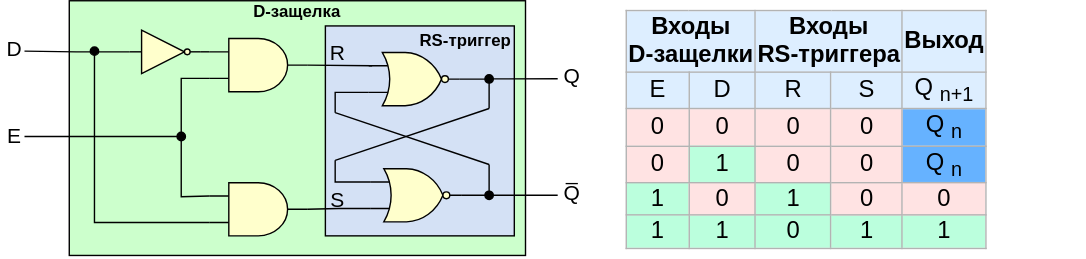
The draw.io diagram .pic/Introduction/Sequential logic/fig_04.drawio.svg in MPSU/APS, before a commit. Source tidied: cells renumbered, new cells last; positions are measured from the earlier drawing's top-left corner, leaving out a move shared by most shapes.
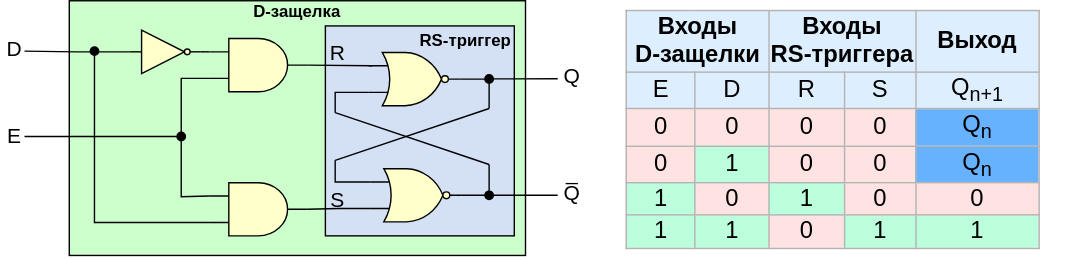
After the change.

Commit message:
Исправление фонового цвета в рис. 4 Introduction

Change to the diagram source:
```diff
@@ -136,7 +136,7 @@
     <mxCell id="30" style="edgeStyle=orthogonalEdgeStyle;rounded=0;jettySize=auto;html=1;exitX=1;exitY=0.5;exitDx=0;exitDy=0;exitPerimeter=0;entryX=0;entryY=0.25;entryDx=0;entryDy=0;entryPerimeter=0;endArrow=none;endFill=0;" parent="1" edge="1" source="29" target="26">
       <mxGeometry relative="1" as="geometry" />
     </mxCell>
-    <mxCell id="31" value="&lt;table border=&quot;1&quot; class=&quot;wikitable&quot; style=&quot;text-align: center; font-size: 17px; border: 1px solid rgb(179, 179, 179); border-collapse: collapse;&quot; id=&quot;mwAjk&quot;&gt;&lt;tbody id=&quot;mwAjs&quot;&gt;&lt;tr style=&quot;background: rgb(221, 238, 255);&quot; id=&quot;mwAjw&quot;&gt;&lt;td colspan=&quot;2&quot; id=&quot;mwAj0&quot;&gt;&lt;b&gt;&lt;font style=&quot;font-size: 17px;&quot;&gt;Входы&lt;br&gt;&amp;nbsp;D-защелки&amp;nbsp;&lt;/font&gt;&lt;/b&gt;&lt;/td&gt;&lt;td colspan=&quot;2&quot; id=&quot;mwAj8&quot;&gt;&lt;b id=&quot;mwAkA&quot;&gt;&lt;font style=&quot;font-size: 17px;&quot;&gt;Входы&lt;br&gt;RS-триггера&lt;/font&gt;&lt;/b&gt;&lt;/td&gt;&lt;td colspan=&quot;2&quot;&gt;&lt;b&gt;&lt;font style=&quot;font-size: 17px;&quot;&gt;&amp;nbsp; &amp;nbsp;Выход&amp;nbsp; &amp;nbsp;&lt;/font&gt;&lt;/b&gt;&lt;/td&gt;&lt;/tr&gt;&lt;tr style=&quot;background: rgb(221, 238, 255);&quot; id=&quot;mwAkE&quot;&gt;&lt;td id=&quot;mwAkI&quot;&gt;&lt;font style=&quot;font-size: 17px;&quot;&gt;E&lt;/font&gt;&lt;/td&gt;&lt;td id=&quot;mwAkM&quot;&gt;&lt;font style=&quot;font-size: 17px;&quot;&gt;D&lt;/font&gt;&lt;/td&gt;&lt;td id=&quot;mwAkQ&quot;&gt;&lt;font style=&quot;font-size: 17px;&quot;&gt;R&lt;/font&gt;&lt;/td&gt;&lt;td id=&quot;mwAkU&quot;&gt;&lt;font style=&quot;font-size: 17px;&quot;&gt;S&lt;/font&gt;&lt;/td&gt;&lt;td id=&quot;mwAkY&quot;&gt;&lt;font style=&quot;font-size: 17px;&quot;&gt;Q&lt;sub&gt;n+1&lt;/sub&gt;&lt;/font&gt;&lt;/td&gt;&lt;/tr&gt;&lt;tr id=&quot;mwAko&quot;&gt;&lt;td style=&quot;background-color: rgb(255, 227, 227);&quot; id=&quot;mwAks&quot;&gt;&lt;font style=&quot;font-size: 17px;&quot;&gt;0&lt;/font&gt;&lt;/td&gt;&lt;td style=&quot;background-color: rgb(255, 227, 227);&quot; id=&quot;mwAkw&quot;&gt;&lt;font style=&quot;font-size: 17px;&quot;&gt;0&lt;/font&gt;&lt;/td&gt;&lt;td style=&quot;background: rgb(255, 227, 227); color: black; vertical-align: middle; text-align: center;&quot; class=&quot;table-no2&quot; data-mw=&quot;{&amp;quot;parts&amp;quot;:[&amp;quot;|| &amp;quot;,{&amp;quot;template&amp;quot;:{&amp;quot;target&amp;quot;:{&amp;quot;wt&amp;quot;:&amp;quot;no2&amp;quot;,&amp;quot;href&amp;quot;:&amp;quot;./Template:No2&amp;quot;},&amp;quot;params&amp;quot;:{&amp;quot;1&amp;quot;:{&amp;quot;wt&amp;quot;:&amp;quot;0&amp;quot;}},&amp;quot;i&amp;quot;:0}},&amp;quot; &amp;quot;]}&quot; id=&quot;mwASM&quot;&gt;&lt;font style=&quot;font-size: 17px;&quot;&gt;0&lt;/font&gt;&lt;/td&gt;&lt;td style=&quot;background: rgb(255, 227, 227); color: black; vertical-align: middle; text-align: center;&quot; class=&quot;table-yes2&quot; data-mw=&quot;{&amp;quot;parts&amp;quot;:[&amp;quot;|| &amp;quot;,{&amp;quot;template&amp;quot;:{&amp;quot;target&amp;quot;:{&amp;quot;wt&amp;quot;:&amp;quot;yes2&amp;quot;,&amp;quot;href&amp;quot;:&amp;quot;./Template:Yes2&amp;quot;},&amp;quot;params&amp;quot;:{&amp;quot;1&amp;quot;:{&amp;quot;wt&amp;quot;:&amp;quot;1&amp;quot;}},&amp;quot;i&amp;quot;:0}},&amp;quot; &amp;quot;]}&quot; id=&quot;mwASc&quot;&gt;&lt;font style=&quot;font-size: 17px;&quot;&gt;0&lt;/font&gt;&lt;/td&gt;&lt;td style=&quot;background: rgb(102, 178, 255); color: black; text-align: center;&quot; class=&quot;table-no2&quot; data-mw=&quot;{&amp;quot;parts&amp;quot;:[&amp;quot;|| &amp;quot;,{&amp;quot;template&amp;quot;:{&amp;quot;target&amp;quot;:{&amp;quot;wt&amp;quot;:&amp;quot;no2&amp;quot;,&amp;quot;href&amp;quot;:&amp;quot;./Template:No2&amp;quot;},&amp;quot;params&amp;quot;:{&amp;quot;1&amp;quot;:{&amp;quot;wt&amp;quot;:&amp;quot;0&amp;quot;}},&amp;quot;i&amp;quot;:0}},&amp;quot; &amp;quot;]}&quot; id=&quot;mwASM&quot;&gt;&lt;span style=&quot;vertical-align: middle;&quot;&gt;Q&lt;/span&gt;&lt;sub&gt;n&lt;/sub&gt;&lt;br&gt;&lt;/td&gt;&lt;/tr&gt;&lt;tr id=&quot;mwAlM&quot;&gt;&lt;td style=&quot;background-color: rgb(255, 227, 227);&quot; id=&quot;mwAlQ&quot;&gt;&lt;font style=&quot;font-size: 17px;&quot;&gt;0&lt;/font&gt;&lt;/td&gt;&lt;td style=&quot;background-color: rgb(187, 255, 221);&quot; id=&quot;mwAlU&quot;&gt;&lt;font style=&quot;font-size: 17px;&quot;&gt;1&lt;/font&gt;&lt;/td&gt;&lt;td style=&quot;background: rgb(255, 227, 227); color: black; vertical-align: middle; text-align: center;&quot; class=&quot;table-no2&quot; data-mw=&quot;{&amp;quot;parts&amp;quot;:[&amp;quot;|| &amp;quot;,{&amp;quot;template&amp;quot;:{&amp;quot;target&amp;quot;:{&amp;quot;wt&amp;quot;:&amp;quot;no2&amp;quot;,&amp;quot;href&amp;quot;:&amp;quot;./Template:No2&amp;quot;},&amp;quot;params&amp;quot;:{&amp;quot;1&amp;quot;:{&amp;quot;wt&amp;quot;:&amp;quot;0&amp;quot;}},&amp;quot;i&amp;quot;:0}},&amp;quot; &amp;quot;]}&quot; id=&quot;mwASM&quot;&gt;&lt;font style=&quot;font-size: 17px;&quot;&gt;0&lt;/font&gt;&lt;/td&gt;&lt;td style=&quot;background: rgb(255, 227, 227); color: black; vertical-align: middle; text-align: center;&quot; class=&quot;table-yes2&quot; data-mw=&quot;{&amp;quot;parts&amp;quot;:[&amp;quot;|| &amp;quot;,{&amp;quot;template&amp;quot;:{&amp;quot;target&amp;quot;:{&amp;quot;wt&amp;quot;:&amp;quot;yes2&amp;quot;,&amp;quot;href&amp;quot;:&amp;quot;./Template:Yes2&amp;quot;},&amp;quot;params&amp;quot;:{&amp;quot;1&amp;quot;:{&amp;quot;wt&amp;quot;:&amp;quot;1&amp;quot;}},&amp;quot;i&amp;quot;:0}},&amp;quot; &amp;quot;]}&quot; id=&quot;mwASc&quot;&gt;&lt;font style=&quot;font-size: 17px;&quot;&gt;0&lt;/font&gt;&lt;/td&gt;&lt;td style=&quot;background: rgb(102, 178, 255); color: black; text-align: center;&quot; class=&quot;table-yes2&quot; data-mw=&quot;{&amp;quot;parts&amp;quot;:[&amp;quot;|| &amp;quot;,{&amp;quot;template&amp;quot;:{&amp;quot;target&amp;quot;:{&amp;quot;wt&amp;quot;:&amp;quot;yes2&amp;quot;,&amp;quot;href&amp;quot;:&amp;quot;./Template:Yes2&amp;quot;},&amp;quot;params&amp;quot;:{&amp;quot;1&amp;quot;:{&amp;quot;wt&amp;quot;:&amp;quot;1&amp;quot;}},&amp;quot;i&amp;quot;:0}},&amp;quot; &amp;quot;]}&quot; id=&quot;mwASc&quot;&gt;&lt;font style=&quot;font-size: 17px;&quot;&gt;&lt;span style=&quot;vertical-align: middle;&quot;&gt;Q&lt;/span&gt;&lt;sub&gt;n&lt;/sub&gt;&lt;/font&gt;&lt;/td&gt;&lt;/tr&gt;&lt;tr id=&quot;mwAlw&quot;&gt;&lt;td style=&quot;background-color: rgb(187, 255, 221);&quot; id=&quot;mwAl0&quot;&gt;&lt;font style=&quot;font-size: 17px;&quot;&gt;1&lt;/font&gt;&lt;/td&gt;&lt;td style=&quot;background-color: rgb(255, 227, 227);&quot; id=&quot;mwAl4&quot;&gt;&lt;font style=&quot;font-size: 17px;&quot;&gt;0&lt;/font&gt;&lt;/td&gt;&lt;td style=&quot;background: rgb(187, 255, 221); color: black; vertical-align: middle; text-align: center;&quot; class=&quot;table-no2&quot; data-mw=&quot;{&amp;quot;parts&amp;quot;:[&amp;quot;|| &amp;quot;,{&amp;quot;template&amp;quot;:{&amp;quot;target&amp;quot;:{&amp;quot;wt&amp;quot;:&amp;quot;no2&amp;quot;,&amp;quot;href&amp;quot;:&amp;quot;./Template:No2&amp;quot;},&amp;quot;params&amp;quot;:{&amp;quot;1&amp;quot;:{&amp;quot;wt&amp;quot;:&amp;quot;0&amp;quot;}},&amp;quot;i&amp;quot;:0}},&amp;quot; &amp;quot;]}&quot; id=&quot;mwASM&quot;&gt;&lt;font style=&quot;font-size: 17px;&quot;&gt;1&lt;/font&gt;&lt;/td&gt;&lt;td style=&quot;background: rgb(255, 227, 227); color: black; vertical-align: middle; text-align: center;&quot; class=&quot;table-yes2&quot; data-mw=&quot;{&amp;quot;parts&amp;quot;:[&amp;quot;|| &amp;quot;,{&amp;quot;template&amp;quot;:{&amp;quot;target&amp;quot;:{&amp;quot;wt&amp;quot;:&amp;quot;yes2&amp;quot;,&amp;quot;href&amp;quot;:&amp;quot;./Template:Yes2&amp;quot;},&amp;quot;params&amp;quot;:{&amp;quot;1&amp;quot;:{&amp;quot;wt&amp;quot;:&amp;quot;1&amp;quot;}},&amp;quot;i&amp;quot;:0}},&amp;quot; &amp;quot;]}&quot; id=&quot;mwASc&quot;&gt;&lt;font style=&quot;font-size: 17px;&quot;&gt;0&lt;/font&gt;&lt;/td&gt;&lt;td style=&quot;background: rgb(255, 227, 227); color: black; vertical-align: middle; text-align: center;&quot; class=&quot;table-yes2&quot; data-mw=&quot;{&amp;quot;parts&amp;quot;:[&amp;quot;|| &amp;quot;,{&amp;quot;template&amp;quot;:{&amp;quot;target&amp;quot;:{&amp;quot;wt&amp;quot;:&amp;quot;yes2&amp;quot;,&amp;quot;href&amp;quot;:&amp;quot;./Template:Yes2&amp;quot;},&amp;quot;params&amp;quot;:{&amp;quot;1&amp;quot;:{&amp;quot;wt&amp;quot;:&amp;quot;1&amp;quot;}},&amp;quot;i&amp;quot;:0}},&amp;quot; &amp;quot;]}&quot; id=&quot;mwASc&quot;&gt;&lt;font style=&quot;font-size: 17px;&quot;&gt;0&lt;/font&gt;&lt;/td&gt;&lt;/tr&gt;&lt;tr id=&quot;mwAmU&quot;&gt;&lt;td style=&quot;background-color: rgb(187, 255, 221);&quot; id=&quot;mwAmY&quot;&gt;&lt;font style=&quot;font-size: 17px;&quot;&gt;1&lt;/font&gt;&lt;/td&gt;&lt;td style=&quot;background-color: rgb(187, 255, 221);&quot; id=&quot;mwAmc&quot;&gt;&lt;font style=&quot;font-size: 17px;&quot;&gt;1&lt;/font&gt;&lt;/td&gt;&lt;td style=&quot;background: rgb(187, 255, 221); color: black; vertical-align: middle; text-align: center;&quot; class=&quot;table-yes2&quot; data-mw=&quot;{&amp;quot;parts&amp;quot;:[&amp;quot;|| &amp;quot;,{&amp;quot;template&amp;quot;:{&amp;quot;target&amp;quot;:{&amp;quot;wt&amp;quot;:&amp;quot;yes2&amp;quot;,&amp;quot;href&amp;quot;:&amp;quot;./Template:Yes2&amp;quot;},&amp;quot;params&amp;quot;:{&amp;quot;1&amp;quot;:{&amp;quot;wt&amp;quot;:&amp;quot;1&amp;quot;}},&amp;quot;i&amp;quot;:0}},&amp;quot; &amp;quot;]}&quot; id=&quot;mwASc&quot;&gt;0&lt;/td&gt;&lt;td style=&quot;background: rgb(187, 255, 221); color: black; vertical-align: middle; text-align: center;&quot; class=&quot;table-no2&quot; data-mw=&quot;{&amp;quot;parts&amp;quot;:[&amp;quot;|| &amp;quot;,{&amp;quot;template&amp;quot;:{&amp;quot;target&amp;quot;:{&amp;quot;wt&amp;quot;:&amp;quot;no2&amp;quot;,&amp;quot;href&amp;quot;:&amp;quot;./Template:No2&amp;quot;},&amp;quot;params&amp;quot;:{&amp;quot;1&amp;quot;:{&amp;quot;wt&amp;quot;:&amp;quot;0&amp;quot;}},&amp;quot;i&amp;quot;:0}},&amp;quot; &amp;quot;]}&quot; id=&quot;mwASM&quot;&gt;&lt;font style=&quot;font-size: 17px;&quot;&gt;1&lt;/font&gt;&lt;/td&gt;&lt;td style=&quot;background: rgb(187, 255, 221); color: black; vertical-align: middle; text-align: center;&quot; class=&quot;table-yes2&quot; data-mw=&quot;{&amp;quot;parts&amp;quot;:[&amp;quot;|| &amp;quot;,{&amp;quot;template&amp;quot;:{&amp;quot;target&amp;quot;:{&amp;quot;wt&amp;quot;:&amp;quot;yes2&amp;quot;,&amp;quot;href&amp;quot;:&amp;quot;./Template:Yes2&amp;quot;},&amp;quot;params&amp;quot;:{&amp;quot;1&amp;quot;:{&amp;quot;wt&amp;quot;:&amp;quot;1&amp;quot;}},&amp;quot;i&amp;quot;:0}},&amp;quot; &amp;quot;]}&quot; id=&quot;mwASc&quot;&gt;&lt;font style=&quot;font-size: 17px;&quot;&gt;1&lt;/font&gt;&lt;/td&gt;&lt;/tr&gt;&lt;/tbody&gt;&lt;/table&gt;" style="text;whiteSpace=wrap;html=1;strokeColor=none;" parent="1" vertex="1">
+    <mxCell id="31" value="&lt;table border=&quot;1&quot; class=&quot;wikitable&quot; style=&quot;text-align: center; font-size: 17px; border: 1px solid rgb(179, 179, 179); border-collapse: collapse; background-color: rgb(255, 227, 227);&quot; id=&quot;mwAjk&quot;&gt;&lt;tbody id=&quot;mwAjs&quot;&gt;&lt;tr style=&quot;background: rgb(221, 238, 255);&quot; id=&quot;mwAjw&quot;&gt;&lt;td colspan=&quot;2&quot; id=&quot;mwAj0&quot;&gt;&lt;b&gt;&lt;font style=&quot;font-size: 17px;&quot;&gt;Входы&lt;br&gt;&amp;nbsp;D-защелки&amp;nbsp;&lt;/font&gt;&lt;/b&gt;&lt;/td&gt;&lt;td colspan=&quot;2&quot; id=&quot;mwAj8&quot;&gt;&lt;b id=&quot;mwAkA&quot;&gt;&lt;font style=&quot;font-size: 17px;&quot;&gt;Входы&lt;br&gt;RS-триггера&lt;/font&gt;&lt;/b&gt;&lt;/td&gt;&lt;td colspan=&quot;2&quot;&gt;&lt;b&gt;&lt;font style=&quot;font-size: 17px;&quot;&gt;&amp;nbsp; &amp;nbsp;Выход&amp;nbsp; &amp;nbsp;&lt;/font&gt;&lt;/b&gt;&lt;/td&gt;&lt;/tr&gt;&lt;tr style=&quot;background: rgb(221, 238, 255);&quot; id=&quot;mwAkE&quot;&gt;&lt;td id=&quot;mwAkI&quot;&gt;&lt;font style=&quot;font-size: 17px;&quot;&gt;E&lt;/font&gt;&lt;/td&gt;&lt;td id=&quot;mwAkM&quot;&gt;&lt;font style=&quot;font-size: 17px;&quot;&gt;D&lt;/font&gt;&lt;/td&gt;&lt;td id=&quot;mwAkQ&quot;&gt;&lt;font style=&quot;font-size: 17px;&quot;&gt;R&lt;/font&gt;&lt;/td&gt;&lt;td id=&quot;mwAkU&quot;&gt;&lt;font style=&quot;font-size: 17px;&quot;&gt;S&lt;/font&gt;&lt;/td&gt;&lt;td id=&quot;mwAkY&quot;&gt;&lt;font style=&quot;font-size: 17px;&quot;&gt;Q&lt;sub&gt;n+1&lt;/sub&gt;&lt;/font&gt;&lt;/td&gt;&lt;/tr&gt;&lt;tr id=&quot;mwAko&quot;&gt;&lt;td style=&quot;background-color: rgb(255, 227, 227);&quot; id=&quot;mwAks&quot;&gt;&lt;font style=&quot;font-size: 17px;&quot;&gt;0&lt;/font&gt;&lt;/td&gt;&lt;td style=&quot;background-color: rgb(255, 227, 227);&quot; id=&quot;mwAkw&quot;&gt;&lt;font style=&quot;font-size: 17px;&quot;&gt;0&lt;/font&gt;&lt;/td&gt;&lt;td style=&quot;background: rgb(255, 227, 227); color: black; vertical-align: middle; text-align: center;&quot; class=&quot;table-no2&quot; data-mw=&quot;{&amp;quot;parts&amp;quot;:[&amp;quot;|| &amp;quot;,{&amp;quot;template&amp;quot;:{&amp;quot;target&amp;quot;:{&amp;quot;wt&amp;quot;:&amp;quot;no2&amp;quot;,&amp;quot;href&amp;quot;:&amp;quot;./Template:No2&amp;quot;},&amp;quot;params&amp;quot;:{&amp;quot;1&amp;quot;:{&amp;quot;wt&amp;quot;:&amp;quot;0&amp;quot;}},&amp;quot;i&amp;quot;:0}},&amp;quot; &amp;quot;]}&quot; id=&quot;mwASM&quot;&gt;&lt;font style=&quot;font-size: 17px;&quot;&gt;0&lt;/font&gt;&lt;/td&gt;&lt;td style=&quot;background: rgb(255, 227, 227); color: black; vertical-align: middle; text-align: center;&quot; class=&quot;table-yes2&quot; data-mw=&quot;{&amp;quot;parts&amp;quot;:[&amp;quot;|| &amp;quot;,{&amp;quot;template&amp;quot;:{&amp;quot;target&amp;quot;:{&amp;quot;wt&amp;quot;:&amp;quot;yes2&amp;quot;,&amp;quot;href&amp;quot;:&amp;quot;./Template:Yes2&amp;quot;},&amp;quot;params&amp;quot;:{&amp;quot;1&amp;quot;:{&amp;quot;wt&amp;quot;:&amp;quot;1&amp;quot;}},&amp;quot;i&amp;quot;:0}},&amp;quot; &amp;quot;]}&quot; id=&quot;mwASc&quot;&gt;&lt;font style=&quot;font-size: 17px;&quot;&gt;0&lt;/font&gt;&lt;/td&gt;&lt;td style=&quot;background: rgb(102, 178, 255); color: black; text-align: center;&quot; class=&quot;table-no2&quot; data-mw=&quot;{&amp;quot;parts&amp;quot;:[&amp;quot;|| &amp;quot;,{&amp;quot;template&amp;quot;:{&amp;quot;target&amp;quot;:{&amp;quot;wt&amp;quot;:&amp;quot;no2&amp;quot;,&amp;quot;href&amp;quot;:&amp;quot;./Template:No2&amp;quot;},&amp;quot;params&amp;quot;:{&amp;quot;1&amp;quot;:{&amp;quot;wt&amp;quot;:&amp;quot;0&amp;quot;}},&amp;quot;i&amp;quot;:0}},&amp;quot; &amp;quot;]}&quot; id=&quot;mwASM&quot;&gt;&lt;span style=&quot;vertical-align: middle;&quot;&gt;Q&lt;/span&gt;&lt;sub&gt;n&lt;/sub&gt;&lt;br&gt;&lt;/td&gt;&lt;/tr&gt;&lt;tr id=&quot;mwAlM&quot;&gt;&lt;td style=&quot;background-color: rgb(255, 227, 227);&quot; id=&quot;mwAlQ&quot;&gt;&lt;font style=&quot;font-size: 17px;&quot;&gt;0&lt;/font&gt;&lt;/td&gt;&lt;td style=&quot;background-color: rgb(187, 255, 221);&quot; id=&quot;mwAlU&quot;&gt;&lt;font style=&quot;font-size: 17px;&quot;&gt;1&lt;/font&gt;&lt;/td&gt;&lt;td style=&quot;background: rgb(255, 227, 227); color: black; vertical-align: middle; text-align: center;&quot; class=&quot;table-no2&quot; data-mw=&quot;{&amp;quot;parts&amp;quot;:[&amp;quot;|| &amp;quot;,{&amp;quot;template&amp;quot;:{&amp;quot;target&amp;quot;:{&amp;quot;wt&amp;quot;:&amp;quot;no2&amp;quot;,&amp;quot;href&amp;quot;:&amp;quot;./Template:No2&amp;quot;},&amp;quot;params&amp;quot;:{&amp;quot;1&amp;quot;:{&amp;quot;wt&amp;quot;:&amp;quot;0&amp;quot;}},&amp;quot;i&amp;quot;:0}},&amp;quot; &amp;quot;]}&quot; id=&quot;mwASM&quot;&gt;&lt;font style=&quot;font-size: 17px;&quot;&gt;0&lt;/font&gt;&lt;/td&gt;&lt;td style=&quot;background: rgb(255, 227, 227); color: black; vertical-align: middle; text-align: center;&quot; class=&quot;table-yes2&quot; data-mw=&quot;{&amp;quot;parts&amp;quot;:[&amp;quot;|| &amp;quot;,{&amp;quot;template&amp;quot;:{&amp;quot;target&amp;quot;:{&amp;quot;wt&amp;quot;:&amp;quot;yes2&amp;quot;,&amp;quot;href&amp;quot;:&amp;quot;./Template:Yes2&amp;quot;},&amp;quot;params&amp;quot;:{&amp;quot;1&amp;quot;:{&amp;quot;wt&amp;quot;:&amp;quot;1&amp;quot;}},&amp;quot;i&amp;quot;:0}},&amp;quot; &amp;quot;]}&quot; id=&quot;mwASc&quot;&gt;&lt;font style=&quot;font-size: 17px;&quot;&gt;0&lt;/font&gt;&lt;/td&gt;&lt;td style=&quot;background: rgb(102, 178, 255); color: black; text-align: center;&quot; class=&quot;table-yes2&quot; data-mw=&quot;{&amp;quot;parts&amp;quot;:[&amp;quot;|| &amp;quot;,{&amp;quot;template&amp;quot;:{&amp;quot;target&amp;quot;:{&amp;quot;wt&amp;quot;:&amp;quot;yes2&amp;quot;,&amp;quot;href&amp;quot;:&amp;quot;./Template:Yes2&amp;quot;},&amp;quot;params&amp;quot;:{&amp;quot;1&amp;quot;:{&amp;quot;wt&amp;quot;:&amp;quot;1&amp;quot;}},&amp;quot;i&amp;quot;:0}},&amp;quot; &amp;quot;]}&quot; id=&quot;mwASc&quot;&gt;&lt;font style=&quot;font-size: 17px;&quot;&gt;&lt;span style=&quot;vertical-align: middle;&quot;&gt;Q&lt;/span&gt;&lt;sub&gt;n&lt;/sub&gt;&lt;/font&gt;&lt;/td&gt;&lt;/tr&gt;&lt;tr id=&quot;mwAlw&quot;&gt;&lt;td style=&quot;background-color: rgb(187, 255, 221);&quot; id=&quot;mwAl0&quot;&gt;&lt;font style=&quot;font-size: 17px;&quot;&gt;1&lt;/font&gt;&lt;/td&gt;&lt;td style=&quot;background-color: rgb(255, 227, 227);&quot; id=&quot;mwAl4&quot;&gt;&lt;font style=&quot;font-size: 17px;&quot;&gt;0&lt;/font&gt;&lt;/td&gt;&lt;td style=&quot;background: rgb(187, 255, 221); color: black; vertical-align: middle; text-align: center;&quot; class=&quot;table-no2&quot; data-mw=&quot;{&amp;quot;parts&amp;quot;:[&amp;quot;|| &amp;quot;,{&amp;quot;template&amp;quot;:{&amp;quot;target&amp;quot;:{&amp;quot;wt&amp;quot;:&amp;quot;no2&amp;quot;,&amp;quot;href&amp;quot;:&amp;quot;./Template:No2&amp;quot;},&amp;quot;params&amp;quot;:{&amp;quot;1&amp;quot;:{&amp;quot;wt&amp;quot;:&amp;quot;0&amp;quot;}},&amp;quot;i&amp;quot;:0}},&amp;quot; &amp;quot;]}&quot; id=&quot;mwASM&quot;&gt;&lt;font style=&quot;font-size: 17px;&quot;&gt;1&lt;/font&gt;&lt;/td&gt;&lt;td style=&quot;background: rgb(255, 227, 227); color: black; vertical-align: middle; text-align: center;&quot; class=&quot;table-yes2&quot; data-mw=&quot;{&amp;quot;parts&amp;quot;:[&amp;quot;|| &amp;quot;,{&amp;quot;template&amp;quot;:{&amp;quot;target&amp;quot;:{&amp;quot;wt&amp;quot;:&amp;quot;yes2&amp;quot;,&amp;quot;href&amp;quot;:&amp;quot;./Template:Yes2&amp;quot;},&amp;quot;params&amp;quot;:{&amp;quot;1&amp;quot;:{&amp;quot;wt&amp;quot;:&amp;quot;1&amp;quot;}},&amp;quot;i&amp;quot;:0}},&amp;quot; &amp;quot;]}&quot; id=&quot;mwASc&quot;&gt;&lt;font style=&quot;font-size: 17px;&quot;&gt;0&lt;/font&gt;&lt;/td&gt;&lt;td style=&quot;background: rgb(255, 227, 227); color: black; vertical-align: middle; text-align: center;&quot; class=&quot;table-yes2&quot; data-mw=&quot;{&amp;quot;parts&amp;quot;:[&amp;quot;|| &amp;quot;,{&amp;quot;template&amp;quot;:{&amp;quot;target&amp;quot;:{&amp;quot;wt&amp;quot;:&amp;quot;yes2&amp;quot;,&amp;quot;href&amp;quot;:&amp;quot;./Template:Yes2&amp;quot;},&amp;quot;params&amp;quot;:{&amp;quot;1&amp;quot;:{&amp;quot;wt&amp;quot;:&amp;quot;1&amp;quot;}},&amp;quot;i&amp;quot;:0}},&amp;quot; &amp;quot;]}&quot; id=&quot;mwASc&quot;&gt;&lt;font style=&quot;font-size: 17px;&quot;&gt;0&lt;/font&gt;&lt;/td&gt;&lt;/tr&gt;&lt;tr id=&quot;mwAmU&quot;&gt;&lt;td style=&quot;background-color: rgb(187, 255, 221);&quot; id=&quot;mwAmY&quot;&gt;&lt;font style=&quot;font-size: 17px;&quot;&gt;1&lt;/font&gt;&lt;/td&gt;&lt;td style=&quot;background-color: rgb(187, 255, 221);&quot; id=&quot;mwAmc&quot;&gt;&lt;font style=&quot;font-size: 17px;&quot;&gt;1&lt;/font&gt;&lt;/td&gt;&lt;td style=&quot;background-image: initial; background-position: initial; background-size: initial; background-repeat: initial; background-attachment: initial; background-origin: initial; background-clip: initial; color: black; vertical-align: middle; text-align: center;&quot; class=&quot;table-yes2&quot; data-mw=&quot;{&amp;quot;parts&amp;quot;:[&amp;quot;|| &amp;quot;,{&amp;quot;template&amp;quot;:{&amp;quot;target&amp;quot;:{&amp;quot;wt&amp;quot;:&amp;quot;yes2&amp;quot;,&amp;quot;href&amp;quot;:&amp;quot;./Template:Yes2&amp;quot;},&amp;quot;params&amp;quot;:{&amp;quot;1&amp;quot;:{&amp;quot;wt&amp;quot;:&amp;quot;1&amp;quot;}},&amp;quot;i&amp;quot;:0}},&amp;quot; &amp;quot;]}&quot; id=&quot;mwASc&quot;&gt;&lt;span&gt;0&lt;/span&gt;&lt;/td&gt;&lt;td style=&quot;background: rgb(187, 255, 221); color: black; vertical-align: middle; text-align: center;&quot; class=&quot;table-no2&quot; data-mw=&quot;{&amp;quot;parts&amp;quot;:[&amp;quot;|| &amp;quot;,{&amp;quot;template&amp;quot;:{&amp;quot;target&amp;quot;:{&amp;quot;wt&amp;quot;:&amp;quot;no2&amp;quot;,&amp;quot;href&amp;quot;:&amp;quot;./Template:No2&amp;quot;},&amp;quot;params&amp;quot;:{&amp;quot;1&amp;quot;:{&amp;quot;wt&amp;quot;:&amp;quot;0&amp;quot;}},&amp;quot;i&amp;quot;:0}},&amp;quot; &amp;quot;]}&quot; id=&quot;mwASM&quot;&gt;&lt;font style=&quot;font-size: 17px;&quot;&gt;1&lt;/font&gt;&lt;/td&gt;&lt;td style=&quot;background: rgb(187, 255, 221); color: black; vertical-align: middle; text-align: center;&quot; class=&quot;table-yes2&quot; data-mw=&quot;{&amp;quot;parts&amp;quot;:[&amp;quot;|| &amp;quot;,{&amp;quot;template&amp;quot;:{&amp;quot;target&amp;quot;:{&amp;quot;wt&amp;quot;:&amp;quot;yes2&amp;quot;,&amp;quot;href&amp;quot;:&amp;quot;./Template:Yes2&amp;quot;},&amp;quot;params&amp;quot;:{&amp;quot;1&amp;quot;:{&amp;quot;wt&amp;quot;:&amp;quot;1&amp;quot;}},&amp;quot;i&amp;quot;:0}},&amp;quot; &amp;quot;]}&quot; id=&quot;mwASc&quot;&gt;&lt;font style=&quot;font-size: 17px;&quot;&gt;1&lt;/font&gt;&lt;/td&gt;&lt;/tr&gt;&lt;/tbody&gt;&lt;/table&gt;" style="text;whiteSpace=wrap;html=1;strokeColor=none;" parent="1" vertex="1">
       <mxGeometry x="445" width="331" height="184" as="geometry" />
     </mxCell>
   </root>
```
